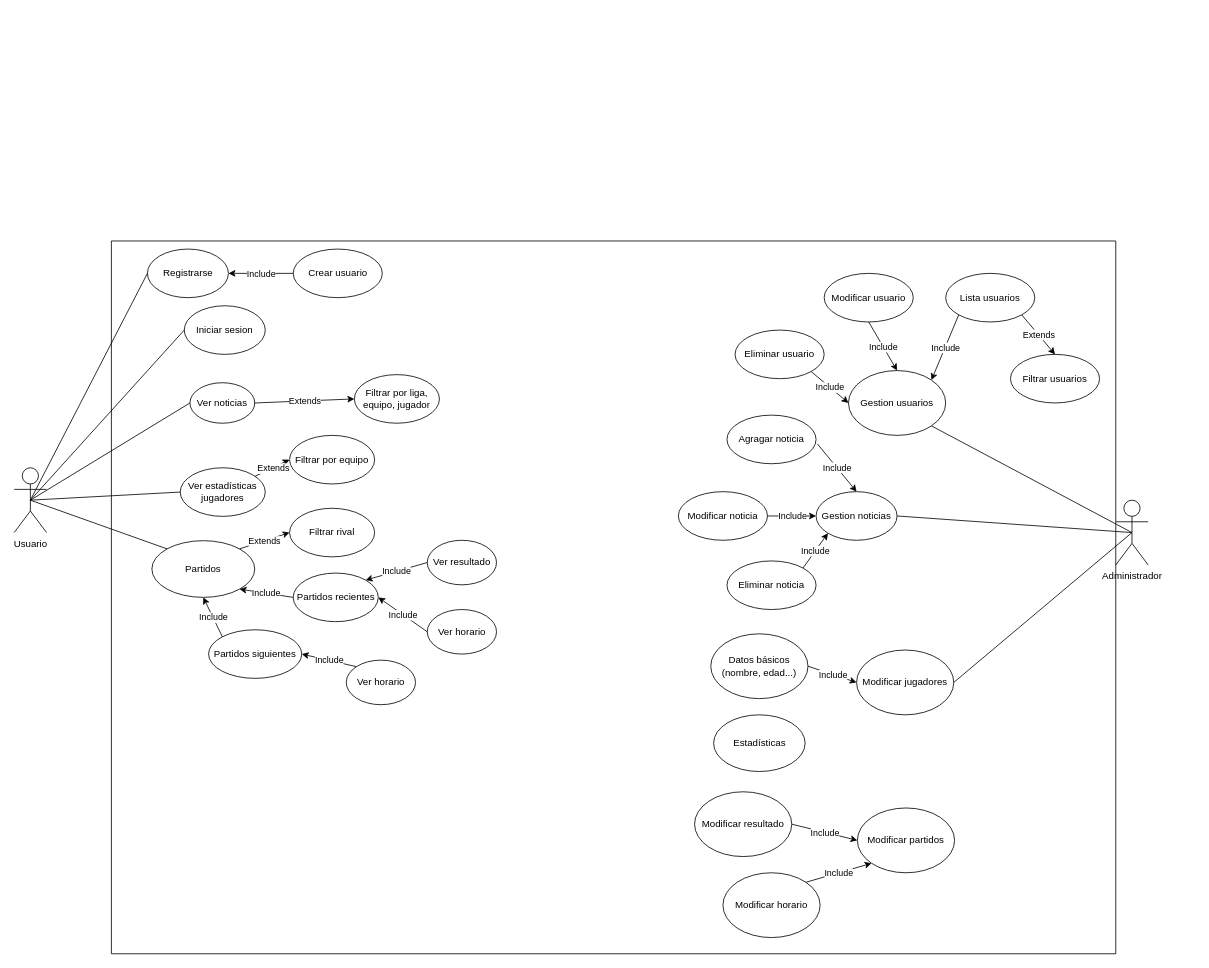
Earlier version of the draw.io diagram diagramas/diagrama-casos-uso.drawio (Jootgitoo/proyecto-final). Source tidied: cells renumbered, new cells numbered last; positions are measured from the earlier drawing's top-left corner, leaving out a move shared by most shapes. Both pictures are drawn from the tidied source at 81%, with x=0, y=0 at pixel (14, 241).
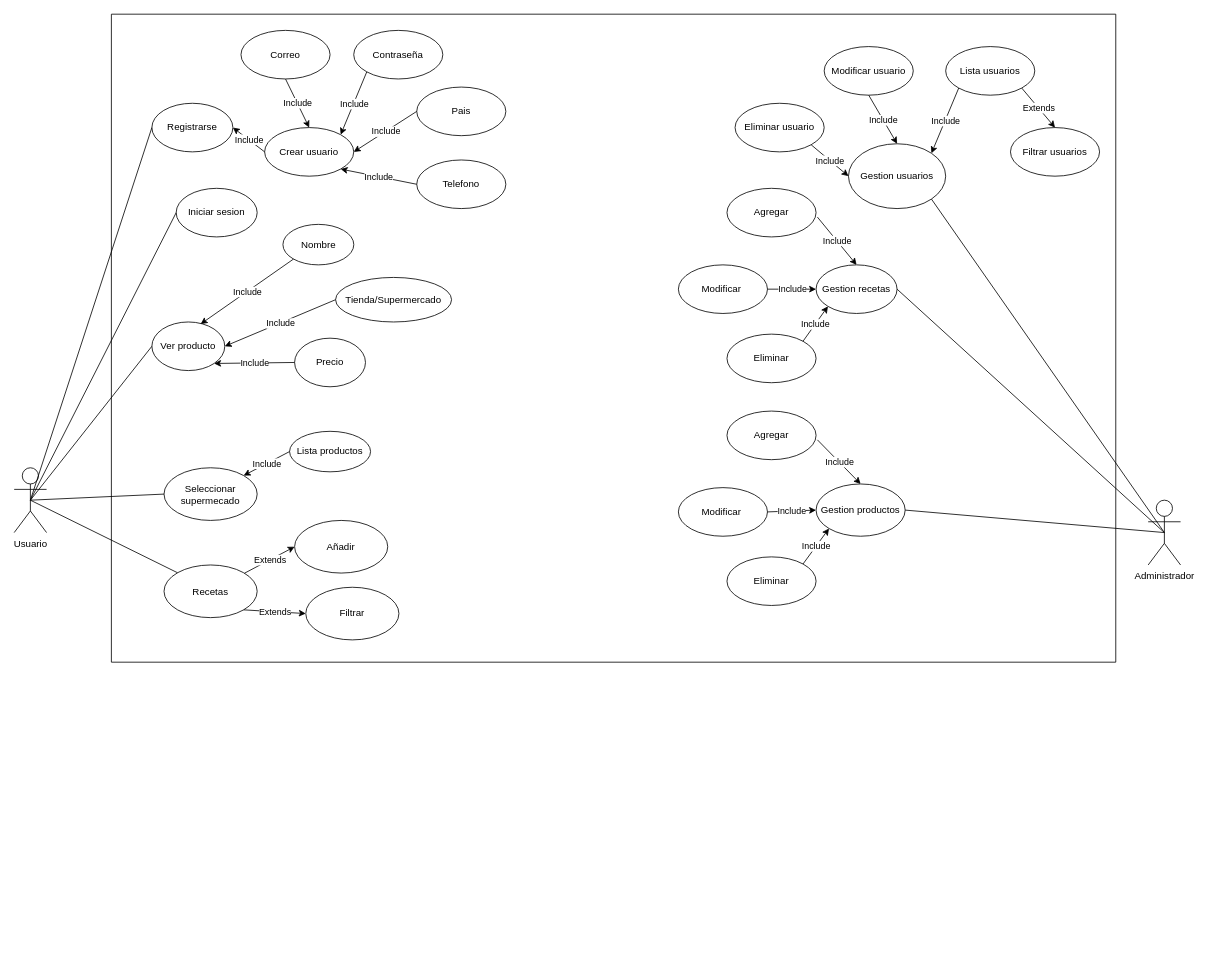
The same diagram, later.

Commit message (it also covers changes not shown here):
cambio diagramas

The change refers to these unchanged cells:
```xml
<mxCell id="70" value="Usuario" style="shape=umlActor;verticalLabelPosition=bottom;verticalAlign=top;html=1;outlineConnect=0;" parent="1" vertex="1">
  <mxGeometry y="280" width="40" height="80" as="geometry" />
</mxCell>
```

Change to the diagram source:
```diff
@@
     <mxCell id="2" style="swimlane;startSize=0;" parent="1" vertex="1">
-      <mxGeometry x="120" width="1240" height="880" as="geometry" />
+      <mxGeometry x="120" y="-280" width="1240" height="800" as="geometry" />
     </mxCell>
-    <mxCell id="3" value="Ver noticias" style="ellipse;whiteSpace=wrap;html=1;" parent="2" vertex="1">
-      <mxGeometry x="97" y="175" width="80" height="50" as="geometry" />
+    <mxCell id="3" value="Ver producto" style="ellipse;whiteSpace=wrap;html=1;" parent="2" vertex="1">
+      <mxGeometry x="50" y="380" width="90" height="60" as="geometry" />
     </mxCell>
-    <mxCell id="4" value="Filtrar por liga, equipo, jugador" style="ellipse;whiteSpace=wrap;html=1;" parent="2" vertex="1">
-      <mxGeometry x="300" y="165" width="105" height="60" as="geometry" />
+    <mxCell id="4" value="Nombre" style="ellipse;whiteSpace=wrap;html=1;" parent="2" vertex="1">
+      <mxGeometry x="211.8" y="259.5" width="87.5" height="50" as="geometry" />
     </mxCell>
-    <mxCell id="5" value="Gestion noticias" style="ellipse;whiteSpace=wrap;html=1;" parent="2" vertex="1">
+    <mxCell id="5" value="Gestion recetas" style="ellipse;whiteSpace=wrap;html=1;" parent="2" vertex="1">
       <mxGeometry x="870" y="309.5" width="100" height="60" as="geometry" />
     </mxCell>
-    <mxCell id="6" value="Agragar noticia" style="ellipse;whiteSpace=wrap;html=1;" parent="2" vertex="1">
+    <mxCell id="6" value="Agregar" style="ellipse;whiteSpace=wrap;html=1;" parent="2" vertex="1">
       <mxGeometry x="760" y="215" width="110" height="60" as="geometry" />
     </mxCell>
-    <mxCell id="7" value="Modificar noticia" style="ellipse;whiteSpace=wrap;html=1;" parent="2" vertex="1">
+    <mxCell id="7" value="Modificar&amp;nbsp;" style="ellipse;whiteSpace=wrap;html=1;" parent="2" vertex="1">
       <mxGeometry x="700" y="309.5" width="110" height="60" as="geometry" />
     </mxCell>
-    <mxCell id="8" value="Eliminar noticia" style="ellipse;whiteSpace=wrap;html=1;" parent="2" vertex="1">
+    <mxCell id="8" value="Eliminar" style="ellipse;whiteSpace=wrap;html=1;" parent="2" vertex="1">
       <mxGeometry x="760" y="395" width="110" height="60" as="geometry" />
     </mxCell>
@@
     <mxCell id="16" value="Iniciar sesion" style="ellipse;whiteSpace=wrap;html=1;" parent="2" vertex="1">
-      <mxGeometry x="90" y="80" width="100" height="60" as="geometry" />
+      <mxGeometry x="80" y="215" width="100" height="60" as="geometry" />
     </mxCell>
     <mxCell id="17" value="Registrarse" style="ellipse;whiteSpace=wrap;html=1;" parent="2" vertex="1">
-      <mxGeometry x="44.5" y="10" width="100" height="60" as="geometry" />
+      <mxGeometry x="50" y="110" width="100" height="60" as="geometry" />
     </mxCell>
     <mxCell id="18" value="Crear usuario" style="ellipse;whiteSpace=wrap;html=1;" parent="2" vertex="1">
-      <mxGeometry x="224.5" y="10" width="110" height="60" as="geometry" />
+      <mxGeometry x="189.2" y="140" width="110" height="60" as="geometry" />
     </mxCell>
@@
-    <mxCell id="27" value="Modificar jugadores" style="ellipse;whiteSpace=wrap;html=1;" parent="2" vertex="1">
-      <mxGeometry x="920" y="505" width="120" height="80" as="geometry" />
-    </mxCell>
-    <mxCell id="28" value="Datos básicos (nombre, edad...)" style="ellipse;whiteSpace=wrap;html=1;" parent="2" vertex="1">
-      <mxGeometry x="740" y="485" width="120" height="80" as="geometry" />
-    </mxCell>
-    <mxCell id="29" style="endArrow=classic;html=1;rounded=0;exitX=1;exitY=0.5;exitDx=0;exitDy=0;entryX=0;entryY=0.5;entryDx=0;entryDy=0;" parent="2" edge="1" source="28" target="27">
-      <mxGeometry relative="1" as="geometry" />
-    </mxCell>
-    <mxCell id="30" value="Include" style="edgeLabel;html=1;align=center;verticalAlign=middle;" parent="29" vertex="1">
-      <mxGeometry relative="1" as="geometry" />
-    </mxCell>
-    <mxCell id="31" value="Estadísticas" style="ellipse;whiteSpace=wrap;html=1;" parent="2" vertex="1">
-      <mxGeometry x="743.5" y="585" width="113" height="70" as="geometry" />
-    </mxCell>
-    <mxCell id="32" style="endArrow=classic;html=1;rounded=0;exitX=1;exitY=0.5;exitDx=0;exitDy=0;entryX=0;entryY=0.5;entryDx=0;entryDy=0;" parent="2" edge="1" source="66" target="65">
-      <mxGeometry relative="1" as="geometry" />
-    </mxCell>
-    <mxCell id="33" value="Include" style="edgeLabel;html=1;align=center;verticalAlign=middle;" parent="32" vertex="1">
-      <mxGeometry relative="1" as="geometry" />
-    </mxCell>
-    <mxCell id="34" value="Ver estadísticas jugadores" style="ellipse;whiteSpace=wrap;html=1;" parent="2" vertex="1">
-      <mxGeometry x="85" y="280" width="105" height="60" as="geometry" />
-    </mxCell>
-    <mxCell id="35" style="endArrow=classic;html=1;rounded=0;exitX=1;exitY=0.5;exitDx=0;exitDy=0;entryX=0;entryY=0.5;entryDx=0;entryDy=0;" parent="2" edge="1" source="3" target="4">
-      <mxGeometry relative="1" as="geometry" />
-    </mxCell>
-    <mxCell id="36" value="Extends" style="edgeLabel;html=1;align=center;verticalAlign=middle;" parent="35" vertex="1">
-      <mxGeometry relative="1" as="geometry" />
-    </mxCell>
-    <mxCell id="37" value="Filtrar por equipo" style="ellipse;whiteSpace=wrap;html=1;" parent="2" vertex="1">
-      <mxGeometry x="220" y="240" width="105" height="60" as="geometry" />
-    </mxCell>
-    <mxCell id="38" style="endArrow=classic;html=1;rounded=0;entryX=0;entryY=0.5;entryDx=0;entryDy=0;" parent="2" edge="1" source="34" target="37">
-      <mxGeometry relative="1" as="geometry" />
-    </mxCell>
-    <mxCell id="39" value="Extends" style="edgeLabel;html=1;align=center;verticalAlign=middle;" parent="38" vertex="1">
-      <mxGeometry relative="1" as="geometry" />
-    </mxCell>
-    <mxCell id="40" value="Partidos" style="ellipse;whiteSpace=wrap;html=1;" parent="2" vertex="1">
-      <mxGeometry x="50" y="370" width="127" height="70" as="geometry" />
-    </mxCell>
-    <mxCell id="41" value="Filtrar rival" style="ellipse;whiteSpace=wrap;html=1;" parent="2" vertex="1">
-      <mxGeometry x="220" y="330" width="105" height="60" as="geometry" />
-    </mxCell>
-    <mxCell id="42" style="endArrow=classic;html=1;rounded=0;entryX=0;entryY=0.5;entryDx=0;entryDy=0;exitX=1;exitY=0;exitDx=0;exitDy=0;" parent="2" edge="1" source="40" target="41">
-      <mxGeometry relative="1" as="geometry" />
-    </mxCell>
-    <mxCell id="43" value="Extends" style="edgeLabel;html=1;align=center;verticalAlign=middle;" parent="42" vertex="1">
-      <mxGeometry relative="1" as="geometry" />
-    </mxCell>
-    <mxCell id="44" value="Partidos recientes" style="ellipse;whiteSpace=wrap;html=1;" parent="2" vertex="1">
-      <mxGeometry x="224.5" y="410" width="105" height="60" as="geometry" />
-    </mxCell>
-    <mxCell id="45" value="Partidos siguientes" style="ellipse;whiteSpace=wrap;html=1;" parent="2" vertex="1">
-      <mxGeometry x="120" y="480" width="115" height="60" as="geometry" />
-    </mxCell>
-    <mxCell id="46" style="endArrow=classic;html=1;rounded=0;exitX=0;exitY=0.5;exitDx=0;exitDy=0;entryX=1;entryY=1;entryDx=0;entryDy=0;" parent="2" edge="1" source="44" target="40">
-      <mxGeometry relative="1" as="geometry" />
-    </mxCell>
-    <mxCell id="47" value="Include" style="edgeLabel;html=1;align=center;verticalAlign=middle;" parent="46" vertex="1">
-      <mxGeometry relative="1" as="geometry" />
-    </mxCell>
-    <mxCell id="48" style="endArrow=classic;html=1;rounded=0;exitX=0;exitY=0;exitDx=0;exitDy=0;entryX=0.5;entryY=1;entryDx=0;entryDy=0;" parent="2" edge="1" source="45" target="40">
-      <mxGeometry relative="1" as="geometry" />
-    </mxCell>
-    <mxCell id="49" value="Include" style="edgeLabel;html=1;align=center;verticalAlign=middle;" parent="48" vertex="1">
-      <mxGeometry relative="1" as="geometry" />
-    </mxCell>
-    <mxCell id="50" value="Ver resultado" style="ellipse;whiteSpace=wrap;html=1;" parent="2" vertex="1">
-      <mxGeometry x="390" y="369.5" width="85.5" height="55" as="geometry" />
-    </mxCell>
-    <mxCell id="51" value="Ver horario" style="ellipse;whiteSpace=wrap;html=1;" parent="2" vertex="1">
-      <mxGeometry x="390" y="455" width="85.5" height="55" as="geometry" />
-    </mxCell>
-    <mxCell id="52" style="endArrow=classic;html=1;rounded=0;exitX=0;exitY=0.5;exitDx=0;exitDy=0;entryX=1;entryY=0;entryDx=0;entryDy=0;" parent="2" edge="1" source="50" target="44">
-      <mxGeometry relative="1" as="geometry" />
-    </mxCell>
-    <mxCell id="53" value="Include" style="edgeLabel;html=1;align=center;verticalAlign=middle;" parent="52" vertex="1">
-      <mxGeometry relative="1" as="geometry" />
-    </mxCell>
-    <mxCell id="54" style="endArrow=classic;html=1;rounded=0;exitX=0;exitY=0.5;exitDx=0;exitDy=0;entryX=1;entryY=0.5;entryDx=0;entryDy=0;" parent="2" edge="1" source="51" target="44">
-      <mxGeometry relative="1" as="geometry" />
-    </mxCell>
-    <mxCell id="55" value="Include" style="edgeLabel;html=1;align=center;verticalAlign=middle;" parent="54" vertex="1">
-      <mxGeometry relative="1" as="geometry" />
-    </mxCell>
-    <mxCell id="56" value="Ver horario" style="ellipse;whiteSpace=wrap;html=1;" parent="2" vertex="1">
-      <mxGeometry x="290" y="517.5" width="85.5" height="55" as="geometry" />
-    </mxCell>
-    <mxCell id="57" style="endArrow=classic;html=1;rounded=0;exitX=0;exitY=0;exitDx=0;exitDy=0;entryX=1;entryY=0.5;entryDx=0;entryDy=0;" parent="2" edge="1" source="56" target="45">
-      <mxGeometry relative="1" as="geometry" />
-    </mxCell>
-    <mxCell id="58" value="Include" style="edgeLabel;html=1;align=center;verticalAlign=middle;" parent="57" vertex="1">
-      <mxGeometry relative="1" as="geometry" />
-    </mxCell>
@@
-    <mxCell id="65" value="Modificar partidos" style="ellipse;whiteSpace=wrap;html=1;" parent="2" vertex="1">
-      <mxGeometry x="921" y="700" width="120" height="80" as="geometry" />
-    </mxCell>
-    <mxCell id="66" value="Modificar resultado" style="ellipse;whiteSpace=wrap;html=1;" parent="2" vertex="1">
-      <mxGeometry x="720" y="680" width="120" height="80" as="geometry" />
-    </mxCell>
-    <mxCell id="67" value="Modificar horario" style="ellipse;whiteSpace=wrap;html=1;" parent="2" vertex="1">
-      <mxGeometry x="755" y="780" width="120" height="80" as="geometry" />
-    </mxCell>
-    <mxCell id="68" style="endArrow=classic;html=1;rounded=0;exitX=1;exitY=0;exitDx=0;exitDy=0;entryX=0;entryY=1;entryDx=0;entryDy=0;" parent="2" edge="1" source="67" target="65">
-      <mxGeometry relative="1" as="geometry" />
-    </mxCell>
-    <mxCell id="69" value="Include" style="edgeLabel;html=1;align=center;verticalAlign=middle;" parent="68" vertex="1">
-      <mxGeometry relative="1" as="geometry" />
-    </mxCell>
+    <mxCell id="80" value="Correo" style="ellipse;whiteSpace=wrap;html=1;" parent="2" vertex="1">
+      <mxGeometry x="160" y="20" width="110" height="60" as="geometry" />
+    </mxCell>
+    <mxCell id="81" style="endArrow=classic;html=1;rounded=0;exitX=0.5;exitY=1;exitDx=0;exitDy=0;entryX=0.5;entryY=0;entryDx=0;entryDy=0;" parent="2" edge="1" source="80" target="18">
+      <mxGeometry relative="1" as="geometry" />
+    </mxCell>
+    <mxCell id="82" value="Include" style="edgeLabel;html=1;align=center;verticalAlign=middle;" parent="81" vertex="1">
+      <mxGeometry relative="1" as="geometry" />
+    </mxCell>
+    <mxCell id="83" value="Contraseña" style="ellipse;whiteSpace=wrap;html=1;" parent="2" vertex="1">
+      <mxGeometry x="299.2" y="20" width="110" height="60" as="geometry" />
+    </mxCell>
+    <mxCell id="84" style="endArrow=classic;html=1;rounded=0;exitX=0;exitY=1;exitDx=0;exitDy=0;entryX=1;entryY=0;entryDx=0;entryDy=0;" parent="2" edge="1" source="83" target="18">
+      <mxGeometry relative="1" as="geometry" />
+    </mxCell>
+    <mxCell id="85" value="Include" style="edgeLabel;html=1;align=center;verticalAlign=middle;" parent="84" vertex="1">
+      <mxGeometry relative="1" as="geometry" />
+    </mxCell>
+    <mxCell id="86" value="Pais" style="ellipse;whiteSpace=wrap;html=1;" parent="2" vertex="1">
+      <mxGeometry x="377" y="90" width="110" height="60" as="geometry" />
+    </mxCell>
+    <mxCell id="87" style="endArrow=classic;html=1;rounded=0;exitX=0;exitY=0.5;exitDx=0;exitDy=0;entryX=1;entryY=0.5;entryDx=0;entryDy=0;" parent="2" edge="1" source="86" target="18">
+      <mxGeometry relative="1" as="geometry" />
+    </mxCell>
+    <mxCell id="88" value="Include" style="edgeLabel;html=1;align=center;verticalAlign=middle;" parent="87" vertex="1">
+      <mxGeometry relative="1" as="geometry" />
+    </mxCell>
+    <mxCell id="89" value="Telefono" style="ellipse;whiteSpace=wrap;html=1;" parent="2" vertex="1">
+      <mxGeometry x="377" y="180" width="110" height="60" as="geometry" />
+    </mxCell>
+    <mxCell id="90" style="endArrow=classic;html=1;rounded=0;exitX=0;exitY=0.5;exitDx=0;exitDy=0;entryX=1;entryY=1;entryDx=0;entryDy=0;" parent="2" edge="1" source="89" target="18">
+      <mxGeometry relative="1" as="geometry" />
+    </mxCell>
+    <mxCell id="91" value="Include" style="edgeLabel;html=1;align=center;verticalAlign=middle;" parent="90" vertex="1">
+      <mxGeometry relative="1" as="geometry" />
+    </mxCell>
+    <mxCell id="92" style="endArrow=classic;html=1;rounded=0;exitX=0;exitY=1;exitDx=0;exitDy=0;entryX=0.669;entryY=0.042;entryDx=0;entryDy=0;entryPerimeter=0;" parent="2" edge="1" source="4" target="3">
+      <mxGeometry relative="1" as="geometry" />
+    </mxCell>
+    <mxCell id="93" value="Include" style="edgeLabel;html=1;align=center;verticalAlign=middle;" parent="92" vertex="1">
+      <mxGeometry relative="1" as="geometry" />
+    </mxCell>
+    <mxCell id="94" value="Tienda/Supermercado" style="ellipse;whiteSpace=wrap;html=1;" parent="2" vertex="1">
+      <mxGeometry x="276.8" y="325" width="143.2" height="55" as="geometry" />
+    </mxCell>
+    <mxCell id="95" value="Precio" style="ellipse;whiteSpace=wrap;html=1;" parent="2" vertex="1">
+      <mxGeometry x="226.2" y="400" width="87.5" height="60" as="geometry" />
+    </mxCell>
+    <mxCell id="96" style="endArrow=classic;html=1;rounded=0;exitX=0;exitY=0.5;exitDx=0;exitDy=0;entryX=1;entryY=0.5;entryDx=0;entryDy=0;" parent="2" edge="1" source="94" target="3">
+      <mxGeometry relative="1" as="geometry" />
+    </mxCell>
+    <mxCell id="97" value="Include" style="edgeLabel;html=1;align=center;verticalAlign=middle;" parent="96" vertex="1">
+      <mxGeometry relative="1" as="geometry" />
+    </mxCell>
+    <mxCell id="98" style="endArrow=classic;html=1;rounded=0;exitX=0;exitY=0.5;exitDx=0;exitDy=0;entryX=1;entryY=1;entryDx=0;entryDy=0;" parent="2" edge="1" source="95" target="3">
+      <mxGeometry relative="1" as="geometry" />
+    </mxCell>
+    <mxCell id="99" value="Include" style="edgeLabel;html=1;align=center;verticalAlign=middle;" parent="98" vertex="1">
+      <mxGeometry relative="1" as="geometry" />
+    </mxCell>
+    <mxCell id="100" value="Seleccionar supermecado" style="ellipse;whiteSpace=wrap;html=1;" parent="2" vertex="1">
+      <mxGeometry x="65" y="560" width="115" height="65" as="geometry" />
+    </mxCell>
+    <mxCell id="101" value="Lista productos" style="ellipse;whiteSpace=wrap;html=1;" parent="2" vertex="1">
+      <mxGeometry x="220" y="515" width="100" height="50" as="geometry" />
+    </mxCell>
+    <mxCell id="102" style="endArrow=classic;html=1;rounded=0;exitX=0;exitY=0.5;exitDx=0;exitDy=0;entryX=1;entryY=0;entryDx=0;entryDy=0;" parent="2" edge="1" source="101" target="100">
+      <mxGeometry relative="1" as="geometry" />
+    </mxCell>
+    <mxCell id="103" value="Include" style="edgeLabel;html=1;align=center;verticalAlign=middle;" parent="102" vertex="1">
+      <mxGeometry relative="1" as="geometry" />
+    </mxCell>
+    <mxCell id="104" value="Recetas" style="ellipse;whiteSpace=wrap;html=1;" parent="2" vertex="1">
+      <mxGeometry x="65" y="680" width="115" height="65" as="geometry" />
+    </mxCell>
+    <mxCell id="105" value="Añadir" style="ellipse;whiteSpace=wrap;html=1;" parent="2" vertex="1">
+      <mxGeometry x="226.2" y="625" width="115" height="65" as="geometry" />
+    </mxCell>
+    <mxCell id="106" value="Filtrar" style="ellipse;whiteSpace=wrap;html=1;" parent="2" vertex="1">
+      <mxGeometry x="240" y="707.5" width="115" height="65" as="geometry" />
+    </mxCell>
+    <mxCell id="107" style="endArrow=classic;html=1;rounded=0;entryX=0;entryY=0.5;entryDx=0;entryDy=0;" parent="2" edge="1" source="104" target="105">
+      <mxGeometry relative="1" as="geometry" />
+    </mxCell>
+    <mxCell id="108" value="Extends" style="edgeLabel;html=1;align=center;verticalAlign=middle;" parent="107" vertex="1">
+      <mxGeometry relative="1" as="geometry" />
+    </mxCell>
+    <mxCell id="109" style="endArrow=classic;html=1;rounded=0;entryX=0;entryY=0.5;entryDx=0;entryDy=0;exitX=1;exitY=1;exitDx=0;exitDy=0;" parent="2" edge="1" source="104" target="106">
+      <mxGeometry relative="1" as="geometry" />
+    </mxCell>
+    <mxCell id="110" value="Extends" style="edgeLabel;html=1;align=center;verticalAlign=middle;" parent="109" vertex="1">
+      <mxGeometry relative="1" as="geometry" />
+    </mxCell>
+    <mxCell id="111" value="Gestion productos" style="ellipse;whiteSpace=wrap;html=1;" parent="2" vertex="1">
+      <mxGeometry x="870" y="580" width="110" height="64.5" as="geometry" />
+    </mxCell>
+    <mxCell id="112" value="Agregar" style="ellipse;whiteSpace=wrap;html=1;" parent="2" vertex="1">
+      <mxGeometry x="760" y="490" width="110" height="60" as="geometry" />
+    </mxCell>
+    <mxCell id="113" value="Modificar&amp;nbsp;" style="ellipse;whiteSpace=wrap;html=1;" parent="2" vertex="1">
+      <mxGeometry x="700" y="584.5" width="110" height="60" as="geometry" />
+    </mxCell>
+    <mxCell id="114" value="Eliminar" style="ellipse;whiteSpace=wrap;html=1;" parent="2" vertex="1">
+      <mxGeometry x="760" y="670" width="110" height="60" as="geometry" />
+    </mxCell>
+    <mxCell id="115" style="endArrow=classic;html=1;rounded=0;exitX=1.015;exitY=0.592;exitDx=0;exitDy=0;exitPerimeter=0;entryX=0.5;entryY=0;entryDx=0;entryDy=0;" parent="2" edge="1" source="112" target="111">
+      <mxGeometry relative="1" as="geometry" />
+    </mxCell>
+    <mxCell id="116" value="Include" style="edgeLabel;html=1;align=center;verticalAlign=middle;" parent="115" vertex="1">
+      <mxGeometry relative="1" as="geometry" />
+    </mxCell>
+    <mxCell id="117" style="endArrow=classic;html=1;rounded=0;exitX=1;exitY=0.5;exitDx=0;exitDy=0;entryX=0;entryY=0.5;entryDx=0;entryDy=0;" parent="2" edge="1" source="113" target="111">
+      <mxGeometry relative="1" as="geometry" />
+    </mxCell>
+    <mxCell id="118" value="Include" style="edgeLabel;html=1;align=center;verticalAlign=middle;" parent="117" vertex="1">
+      <mxGeometry relative="1" as="geometry" />
+    </mxCell>
+    <mxCell id="119" style="endArrow=classic;html=1;rounded=0;exitX=1;exitY=0;exitDx=0;exitDy=0;entryX=0;entryY=1;entryDx=0;entryDy=0;" parent="2" edge="1" source="114" target="111">
+      <mxGeometry relative="1" as="geometry" />
+    </mxCell>
+    <mxCell id="120" value="Include" style="edgeLabel;html=1;align=center;verticalAlign=middle;" parent="119" vertex="1">
+      <mxGeometry relative="1" as="geometry" />
+    </mxCell>
@@
     <mxCell id="71" value="Administrador" style="shape=umlActor;verticalLabelPosition=bottom;verticalAlign=top;html=1;outlineConnect=0;" parent="1" vertex="1">
-      <mxGeometry x="1360" y="320" width="40" height="80" as="geometry" />
+      <mxGeometry x="1400" y="320" width="40" height="80" as="geometry" />
     </mxCell>
@@
-    <mxCell id="77" style="endArrow=none;html=1;rounded=0;exitX=0.5;exitY=0.5;exitDx=0;exitDy=0;exitPerimeter=0;entryX=1;entryY=0.5;entryDx=0;entryDy=0;" parent="1" edge="1" source="71" target="27">
-      <mxGeometry relative="1" as="geometry" />
-    </mxCell>
-    <mxCell id="78" style="endArrow=none;html=1;rounded=0;exitX=0.5;exitY=0.5;exitDx=0;exitDy=0;exitPerimeter=0;entryX=0;entryY=0.5;entryDx=0;entryDy=0;" parent="1" edge="1" source="70" target="34">
-      <mxGeometry relative="1" as="geometry" />
-    </mxCell>
-    <mxCell id="79" style="endArrow=none;html=1;rounded=0;exitX=0.5;exitY=0.5;exitDx=0;exitDy=0;exitPerimeter=0;entryX=0;entryY=0;entryDx=0;entryDy=0;" parent="1" edge="1" source="70" target="40">
-      <mxGeometry relative="1" as="geometry" />
-    </mxCell>
+    <mxCell id="121" style="endArrow=none;html=1;rounded=0;exitX=0.5;exitY=0.5;exitDx=0;exitDy=0;exitPerimeter=0;entryX=0;entryY=0.5;entryDx=0;entryDy=0;" parent="1" edge="1" source="70" target="100">
+      <mxGeometry relative="1" as="geometry" />
+    </mxCell>
+    <mxCell id="122" style="endArrow=none;html=1;rounded=0;exitX=0.5;exitY=0.5;exitDx=0;exitDy=0;exitPerimeter=0;entryX=0;entryY=0;entryDx=0;entryDy=0;" parent="1" edge="1" source="70" target="104">
+      <mxGeometry relative="1" as="geometry" />
+    </mxCell>
+    <mxCell id="123" style="endArrow=none;html=1;rounded=0;entryX=1;entryY=0.5;entryDx=0;entryDy=0;" parent="1" edge="1" target="111">
+      <mxGeometry relative="1" as="geometry">
+        <mxPoint x="1420" y="360" as="sourcePoint" />
+      </mxGeometry>
+    </mxCell>
```
